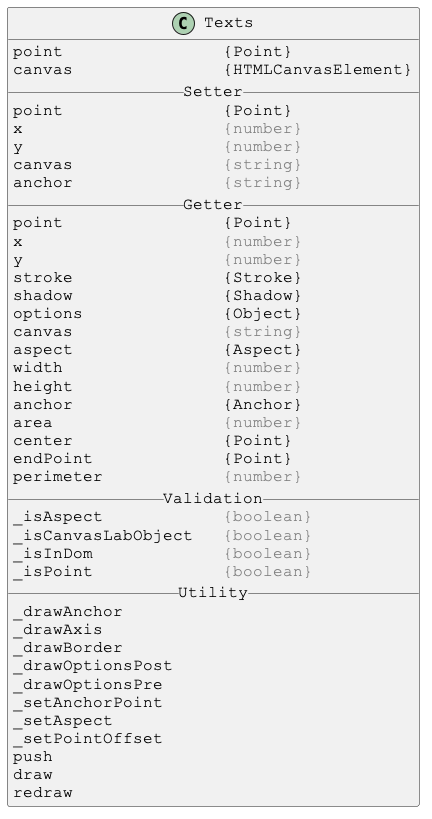
Before: docs/PlantUml/image/Texts.png, a diagram exported from PlantUML (Justin-Byrne/canvasLab).
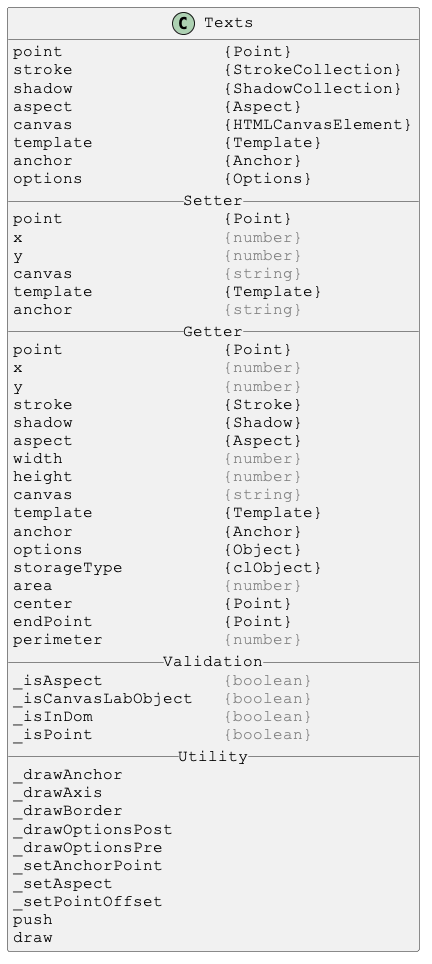
After the change.

The edit, as a diff of the source:
```diff
@@ -5,12 +5,19 @@
 
 class Texts {
 point                {Point}
+stroke               {StrokeCollection}
+shadow               {ShadowCollection}
+aspect               {Aspect}
 canvas               {HTMLCanvasElement}
+template             {Template}
+anchor               {Anchor}
+options              {Options}
 __ Setter __
 point                {Point}
 x                    <color:gray>{number}</color>
 y                    <color:gray>{number}</color>
 canvas               <color:gray>{string}</color>
+template             {Template}
 anchor               <color:gray>{string}</color>
 __ Getter __
 point                {Point}
@@ -18,12 +25,14 @@
 y                    <color:gray>{number}</color>
 stroke               {Stroke}
 shadow               {Shadow}
-options              {Object}
-canvas               <color:gray>{string}</color>
 aspect               {Aspect}
 width                <color:gray>{number}</color>
 height               <color:gray>{number}</color>
+canvas               <color:gray>{string}</color>
+template             {Template}
 anchor               {Anchor}
+options              {Object}
+storageType          {clObject}
 area                 <color:gray>{number}</color>
 center               {Point}
 endPoint             {Point}
@@ -44,7 +53,6 @@
 _setPointOffset
 push
 draw
-redraw
 }
 
 @enduml
```
